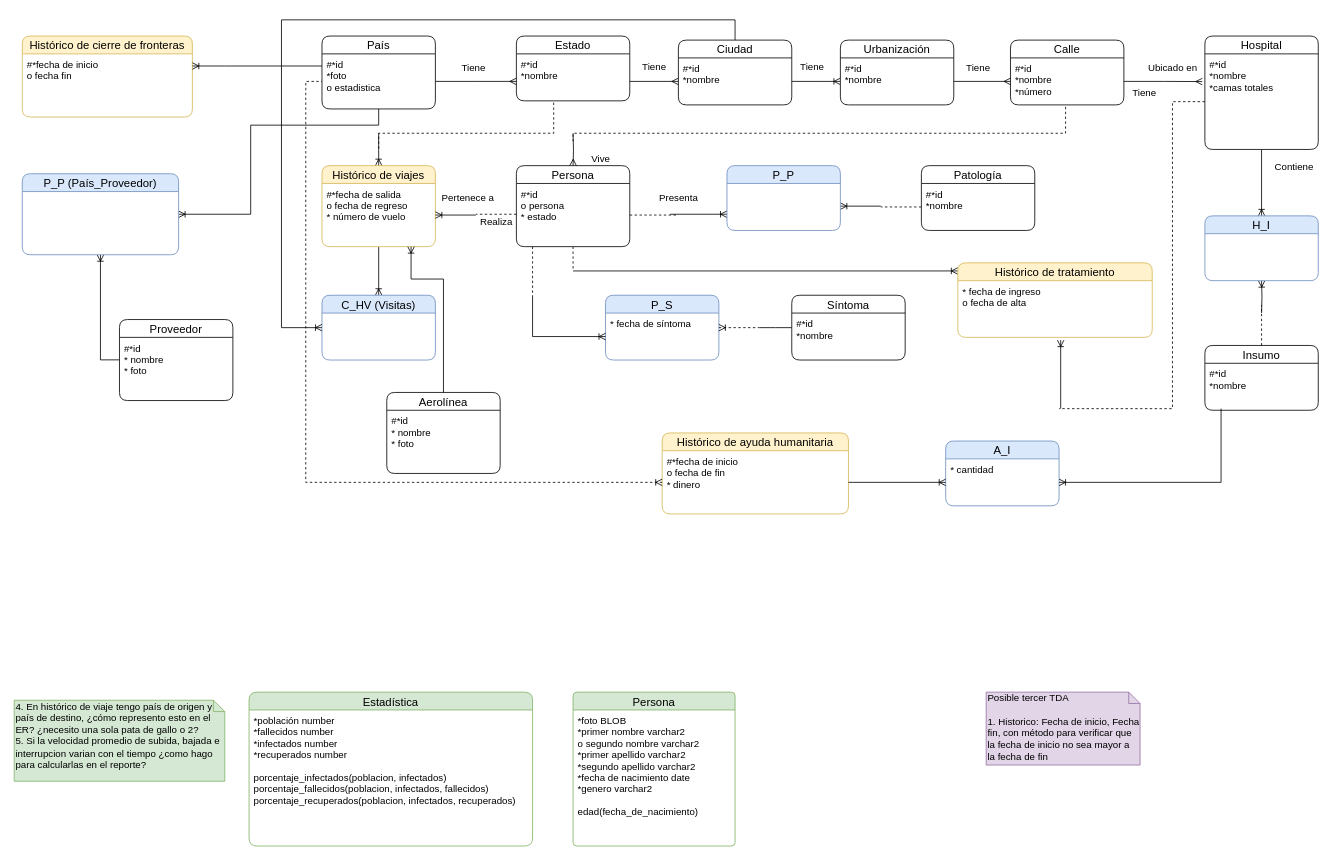
Earlier version of the draw.io diagram DB II/ER Prototype.drawio (NeutronBlast/IS-Ex). Source tidied: cells renumbered, new cells numbered last; positions are measured from the earlier drawing's top-left corner, leaving out a move shared by most shapes. Both pictures are drawn from the tidied source at 81%, with x=0, y=0 at pixel (14, 19).
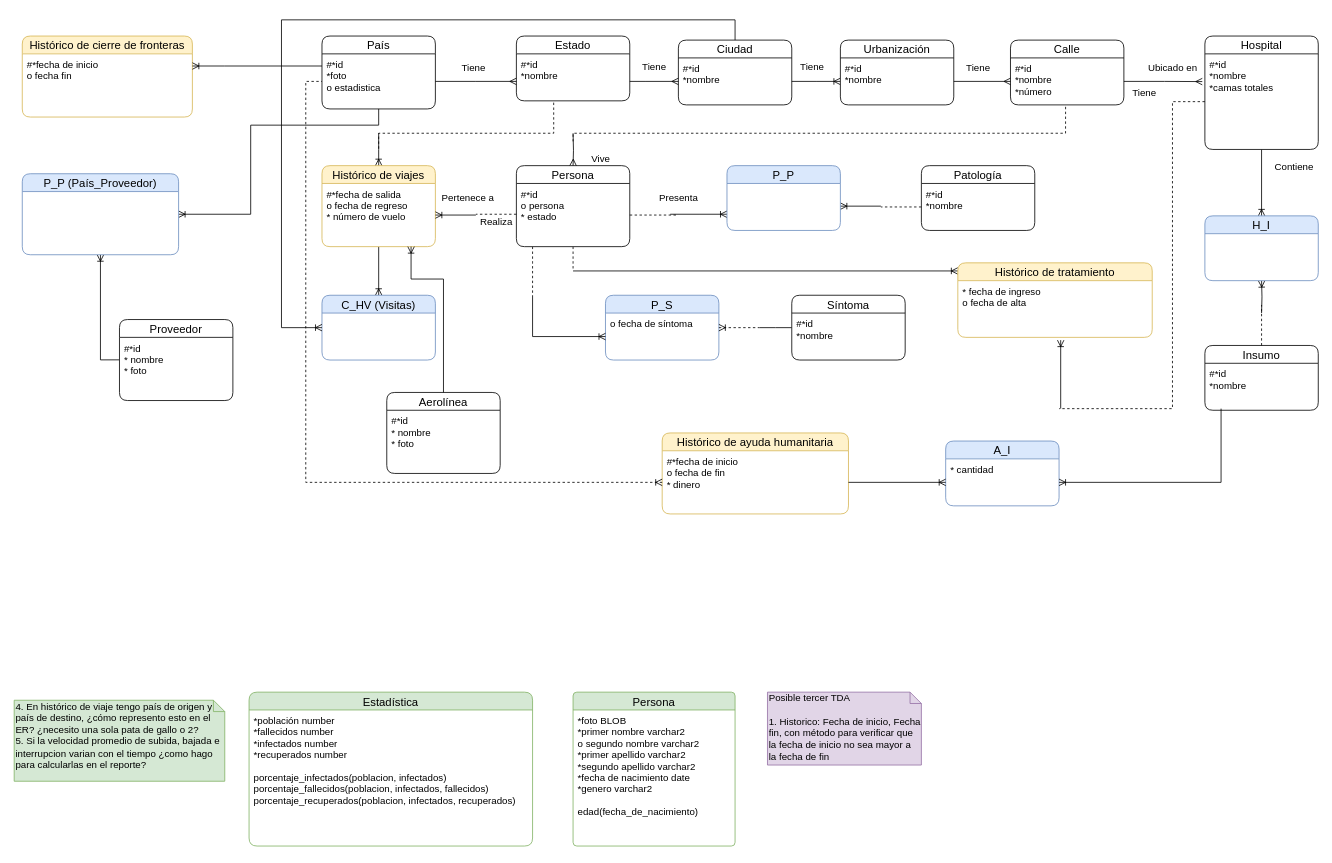
Above is the later version.

Commit message:
fecha de sintoma opcional

Unchanged cells that the change refers to:
```xml
<mxCell id="90" value="P_S" style="swimlane;fontStyle=0;horizontal=1;startSize=22;fillColor=#dae8fc;swimlaneFillColor=#ffffff;align=center;fontSize=14;rounded=1;strokeColor=#6c8ebf;" parent="1" vertex="1">
  <mxGeometry x="730" y="340" width="140" height="80" as="geometry" />
</mxCell>
```

Diff of the diagram source:
```diff
@@
     <mxCell id="79" value="Posible tercer TDA&lt;br&gt;&lt;br&gt;1. Historico: Fecha de inicio, Fecha fin, con método para verificar que la fecha de inicio no sea mayor a la fecha de fin" style="shape=note;whiteSpace=wrap;html=1;size=14;verticalAlign=top;align=left;spacingTop=-6;fillColor=#e1d5e7;strokeColor=#9673a6;" parent="1" vertex="1">
-      <mxGeometry x="1200" y="830" width="190" height="90" as="geometry" />
+      <mxGeometry x="930" y="830" width="190" height="90" as="geometry" />
     </mxCell>
@@
-    <mxCell id="91" value="* fecha de síntoma" style="text;strokeColor=none;fillColor=none;spacingLeft=4;spacingRight=4;overflow=hidden;points=[[0,0.5],[1,0.5]];portConstraint=eastwest;fontSize=12;" parent="90" vertex="1">
+    <mxCell id="91" value="o fecha de síntoma" style="text;strokeColor=none;fillColor=none;spacingLeft=4;spacingRight=4;overflow=hidden;points=[[0,0.5],[1,0.5]];portConstraint=eastwest;fontSize=12;" parent="90" vertex="1">
       <mxGeometry y="22" width="140" height="58" as="geometry" />
     </mxCell>
```
